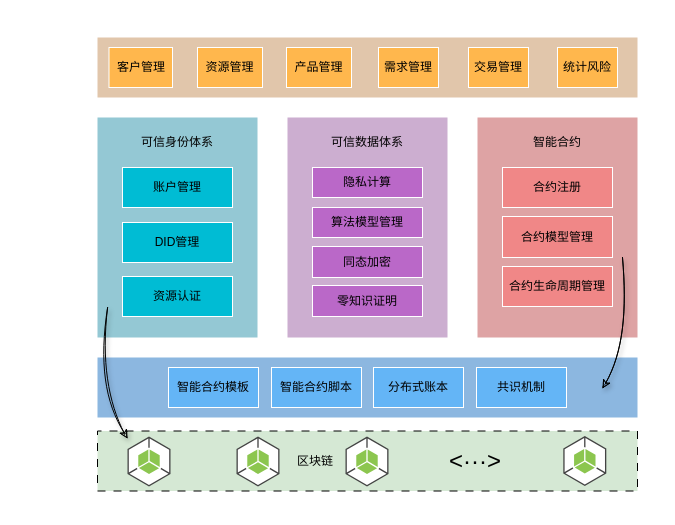
Above: page "第 1 页" (1 of 2) of drawio/blockchain.drawio in raingnight/Blog_Pic (draw.io), before the change. Source tidied: cells renumbered, new cells numbered last; positions are measured from the earlier drawing's top-left corner, leaving out a move shared by most shapes. Both pictures are drawn from the tidied source at 100%, with x=0, y=0 at pixel (97, 37).
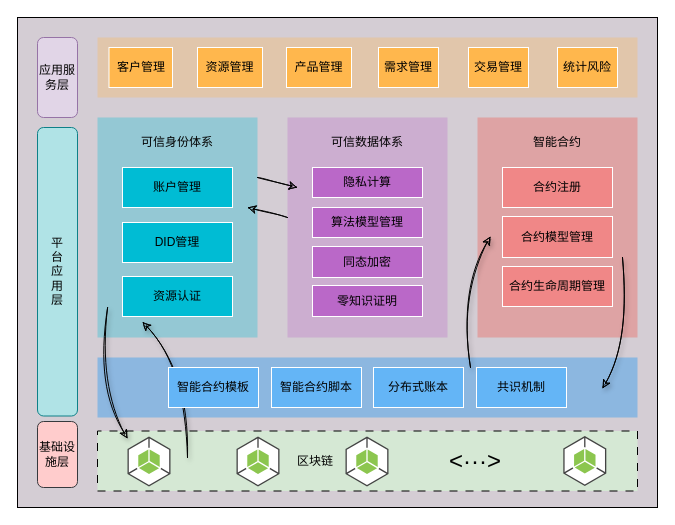
The same diagram, later.

The edit, as a diff of the source:
```diff
@@
+    <mxCell id="39" style="rounded=0;whiteSpace=wrap;html=1;fillColor=#d4cdd4;" parent="1" vertex="1">
+      <mxGeometry x="-80" y="-20" width="640" height="490" as="geometry" />
+    </mxCell>
@@
-    <mxCell id="8" value="智能合约模板" style="rounded=0;whiteSpace=wrap;html=1;fillColor=#64b5f6;strokeColor=#FFFFFF;fontColor=#000000;flipV=1;" parent="1" vertex="1">
-      <mxGeometry x="71" y="330" width="90" height="40" as="geometry" />
-    </mxCell>
@@
+    <mxCell id="40" style="edgeStyle=none;rounded=0;orthogonalLoop=1;jettySize=auto;html=1;exitX=0;exitY=0.75;exitDx=0;exitDy=0;entryX=1;entryY=0.5;entryDx=0;entryDy=0;entryPerimeter=0;sketch=1;" parent="1" edge="1">
+      <mxGeometry relative="1" as="geometry">
+        <mxPoint x="160" y="140" as="sourcePoint" />
+        <mxPoint x="200" y="150" as="targetPoint" />
+      </mxGeometry>
+    </mxCell>
+    <mxCell id="41" style="edgeStyle=none;sketch=1;orthogonalLoop=1;jettySize=auto;html=1;entryX=1;entryY=0.75;entryDx=0;entryDy=0;shadow=1;strokeColor=#000000;fontFamily=Helvetica;fontSize=12;fontColor=#000000;curved=1;" parent="1" edge="1">
+      <mxGeometry relative="1" as="geometry">
+        <mxPoint x="90" y="420" as="sourcePoint" />
+        <mxPoint x="45" y="284.5" as="targetPoint" />
+        <Array as="points">
+          <mxPoint x="90" y="330" />
+        </Array>
+      </mxGeometry>
+    </mxCell>
+    <mxCell id="42" style="edgeStyle=none;rounded=0;orthogonalLoop=1;jettySize=auto;html=1;exitX=0;exitY=0.75;exitDx=0;exitDy=0;entryX=1;entryY=0.5;entryDx=0;entryDy=0;entryPerimeter=0;sketch=1;" parent="1" edge="1">
+      <mxGeometry relative="1" as="geometry">
+        <mxPoint x="190" y="180" as="sourcePoint" />
+        <mxPoint x="150" y="170" as="targetPoint" />
+      </mxGeometry>
+    </mxCell>
+    <mxCell id="8" value="智能合约模板" style="rounded=0;whiteSpace=wrap;html=1;fillColor=#64b5f6;strokeColor=#FFFFFF;fontColor=#000000;flipV=1;" parent="1" vertex="1">
+      <mxGeometry x="71" y="330" width="90" height="40" as="geometry" />
+    </mxCell>
+    <mxCell id="43" value="平&lt;br style=&quot;font-size: 12px;&quot;&gt;台&lt;br style=&quot;font-size: 12px;&quot;&gt;应&lt;br style=&quot;font-size: 12px;&quot;&gt;用&lt;br style=&quot;font-size: 12px;&quot;&gt;层" style="rounded=1;fillStyle=solid;fillColor=#b0e3e6;strokeColor=#0e8088;glass=0;shadow=0;direction=south;fontSize=12;labelPosition=center;verticalLabelPosition=middle;align=center;verticalAlign=middle;whiteSpace=wrap;html=1;" parent="1" vertex="1">
+      <mxGeometry x="-60" y="90" width="40" height="288.5" as="geometry" />
+    </mxCell>
+    <mxCell id="44" style="edgeStyle=none;sketch=1;orthogonalLoop=1;jettySize=auto;html=1;entryX=1;entryY=0.75;entryDx=0;entryDy=0;shadow=1;strokeColor=#000000;fontFamily=Helvetica;fontSize=12;fontColor=#000000;curved=1;exitX=0.063;exitY=0.136;exitDx=0;exitDy=0;exitPerimeter=0;" parent="1" edge="1">
+      <mxGeometry relative="1" as="geometry">
+        <mxPoint x="373" y="330" as="sourcePoint" />
+        <mxPoint x="393" y="199" as="targetPoint" />
+        <Array as="points">
+          <mxPoint x="363" y="250" />
+        </Array>
+      </mxGeometry>
+    </mxCell>
+    <mxCell id="45" value="&lt;font color=&quot;#000000&quot;&gt;应用服务层&lt;/font&gt;" style="rounded=1;whiteSpace=wrap;html=1;fillStyle=solid;fillColor=#e1d5e7;strokeColor=#9673a6;glass=0;shadow=0;flipH=1;direction=south;" parent="1" vertex="1">
+      <mxGeometry x="-60" width="40" height="80" as="geometry" />
+    </mxCell>
+    <mxCell id="46" value="&lt;font color=&quot;#000000&quot;&gt;基础设施层&lt;/font&gt;" style="rounded=1;whiteSpace=wrap;html=1;fillStyle=solid;fillColor=#ffcccc;strokeColor=#36393d;glass=0;shadow=0;flipH=1;direction=south;" parent="1" vertex="1">
+      <mxGeometry x="-60" y="384" width="40" height="66" as="geometry" />
+    </mxCell>
```
